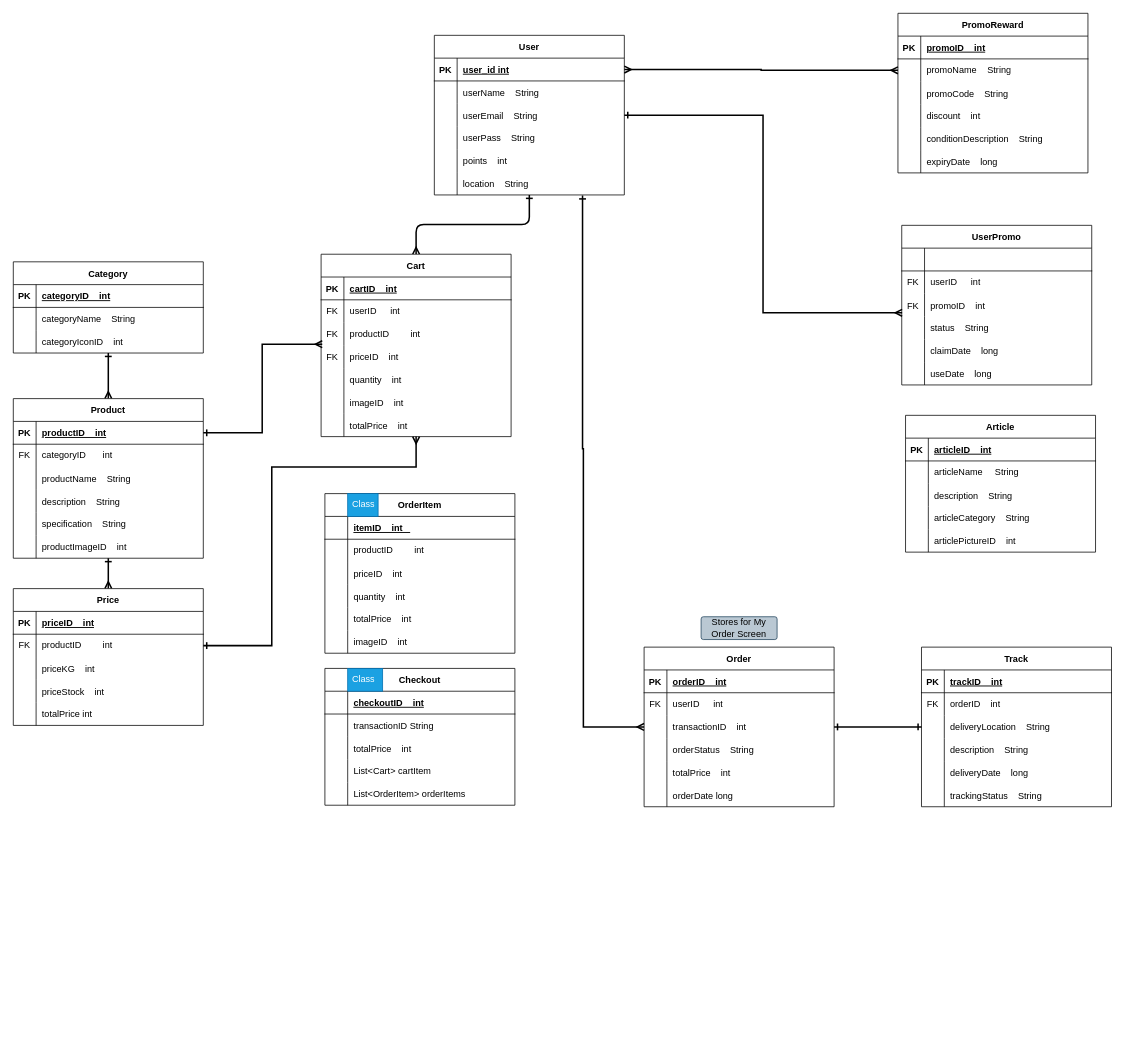
This is ERD.drawio from DevX300/TaniMart-UML, a draw.io file, before an edit. Source tidied: cells renumbered, new cells numbered last; positions are measured from the earlier drawing's top-left corner, leaving out a move shared by most shapes. Both pictures are drawn from the tidied source at 76%, with x=0, y=0 at pixel (13, 13).
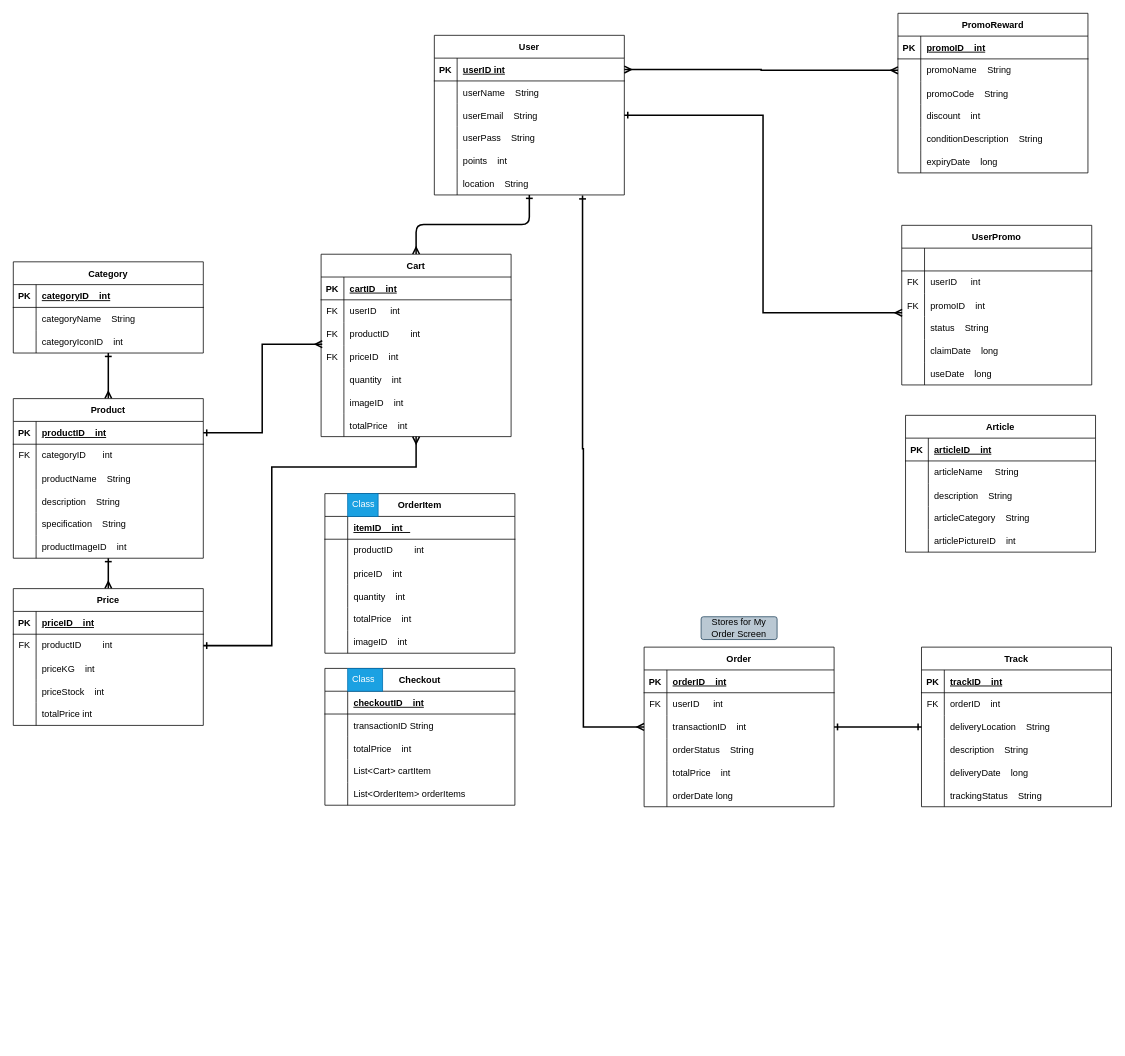
The same page after the edit.

The change refers to these unchanged cells:
```xml
<mxCell id="4" style="shape=partialRectangle;fillColor=none;points=[[0,0.5],[1,0.5]];portConstraint=eastwest;top=0;left=0;right=0;bottom=1;" parent="3" vertex="1">
  <mxGeometry y="30" width="250" height="30" as="geometry" />
</mxCell>
```

What changed in the source:
```diff
@@
-    <mxCell id="6" value="user_id int" style="shape=partialRectangle;overflow=hidden;fillColor=none;top=0;left=0;bottom=0;right=0;align=left;spacingLeft=6;fontStyle=5;" parent="4" vertex="1">
+    <mxCell id="6" value="userID int" style="shape=partialRectangle;overflow=hidden;fillColor=none;top=0;left=0;bottom=0;right=0;align=left;spacingLeft=6;fontStyle=5;" parent="4" vertex="1">
       <mxGeometry x="30" width="220" height="30" as="geometry" />
     </mxCell>
```
